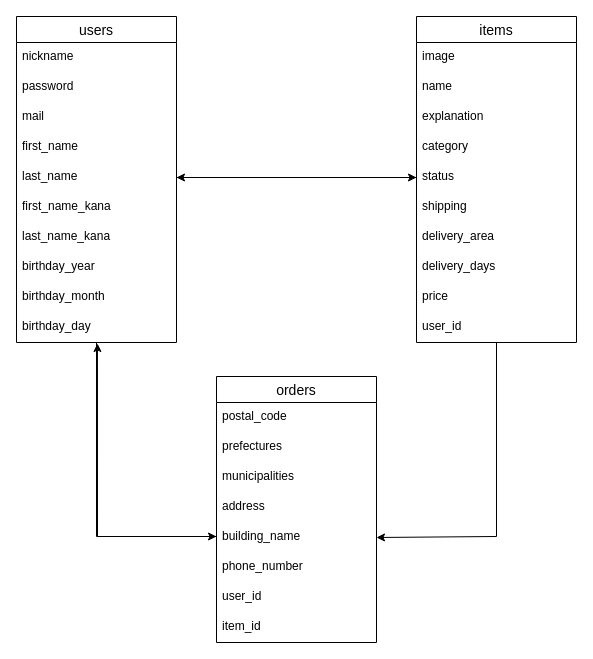
Before: DB.dio in o86-r-k-nndd/furima-31050, a draw.io diagram. Source tidied: cells renumbered, new cells numbered last; positions are measured from the earlier drawing's top-left corner, leaving out a move shared by most shapes. Both pictures are drawn from the tidied source at 100%, with x=0, y=0 at pixel (16, 16).
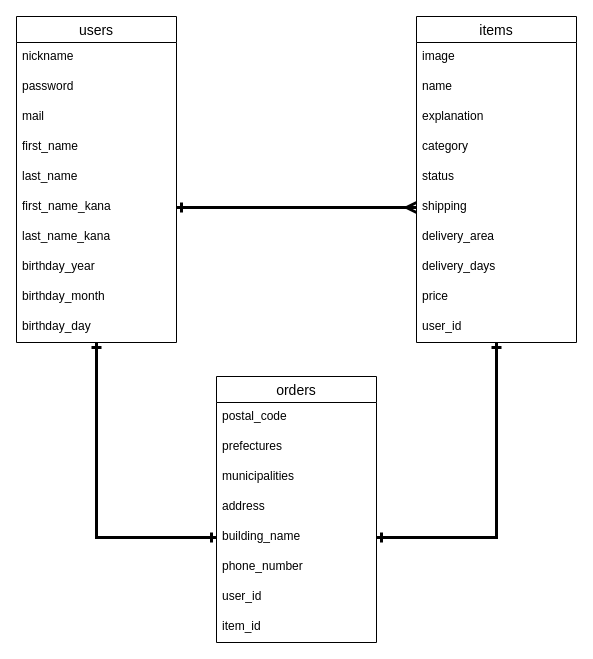
The same diagram, later.

The change refers to these unchanged cells:
```xml
<mxCell id="3" value="items" style="swimlane;fontStyle=0;horizontal=1;startSize=26;align=center;fontSize=14;" parent="1" vertex="1">
  <mxGeometry x="400" width="160" height="326" as="geometry" />
</mxCell>
<mxCell id="8" value="status" style="text;strokeColor=none;fillColor=none;spacingLeft=4;spacingRight=4;overflow=hidden;points=[[0,0.5],[1,0.5]];portConstraint=eastwest;fontSize=12;align=left;" parent="3" vertex="1">
  <mxGeometry y="146" width="160" height="30" as="geometry" />
</mxCell>
<mxCell id="9" value="shipping" style="text;strokeColor=none;fillColor=none;spacingLeft=4;spacingRight=4;overflow=hidden;points=[[0,0.5],[1,0.5]];portConstraint=eastwest;fontSize=12;align=left;" parent="3" vertex="1">
  <mxGeometry y="176" width="160" height="30" as="geometry" />
</mxCell>
<mxCell id="19" value="building_name" style="text;strokeColor=none;fillColor=none;spacingLeft=4;spacingRight=4;overflow=hidden;points=[[0,0.5],[1,0.5]];portConstraint=eastwest;fontSize=12;align=left;" parent="14" vertex="1">
  <mxGeometry y="146" width="160" height="30" as="geometry" />
</mxCell>
<mxCell id="24" value="users" style="swimlane;fontStyle=0;horizontal=1;startSize=26;align=center;fontSize=14;" parent="1" vertex="1">
  <mxGeometry width="160" height="326" as="geometry" />
</mxCell>
<mxCell id="29" value="last_name" style="text;strokeColor=none;fillColor=none;spacingLeft=4;spacingRight=4;overflow=hidden;points=[[0,0.5],[1,0.5]];portConstraint=eastwest;fontSize=12;align=left;" parent="24" vertex="1">
  <mxGeometry y="146" width="160" height="30" as="geometry" />
</mxCell>
<mxCell id="30" value="first_name_kana" style="text;strokeColor=none;fillColor=none;spacingLeft=4;spacingRight=4;overflow=hidden;points=[[0,0.5],[1,0.5]];portConstraint=eastwest;fontSize=12;align=left;" parent="24" vertex="1">
  <mxGeometry y="176" width="160" height="30" as="geometry" />
</mxCell>
<mxCell id="34" value="birthday_day" style="text;strokeColor=none;fillColor=none;spacingLeft=4;spacingRight=4;overflow=hidden;points=[[0,0.5],[1,0.5]];portConstraint=eastwest;fontSize=12;align=left;" parent="24" vertex="1">
  <mxGeometry y="296" width="160" height="30" as="geometry" />
</mxCell>
```

What changed in the source:
```diff
@@
-    <mxCell id="2" style="edgeStyle=orthogonalEdgeStyle;rounded=0;jettySize=auto;html=1;entryX=1;entryY=0.5;entryDx=0;entryDy=0;fontSize=12;" parent="1" edge="1" source="3" target="19">
-      <mxGeometry relative="1" as="geometry">
-        <Array as="points">
-          <mxPoint x="480" y="520" />
-        </Array>
-      </mxGeometry>
+    <mxCell id="2" style="edgeStyle=orthogonalEdgeStyle;rounded=0;jettySize=auto;html=1;entryX=1;entryY=0.5;entryDx=0;entryDy=0;startArrow=ERone;startFill=0;endArrow=ERone;endFill=0;strokeWidth=3;fontSize=12;" parent="1" edge="1" source="3" target="19">
+      <mxGeometry relative="1" as="geometry" />
     </mxCell>
@@
-    <mxCell id="23" style="edgeStyle=orthogonalEdgeStyle;rounded=0;jettySize=auto;html=1;fontSize=12;" parent="1" edge="1" source="24">
-      <mxGeometry relative="1" as="geometry">
-        <mxPoint x="200" y="520" as="targetPoint" />
-        <Array as="points">
-          <mxPoint x="80" y="520" />
-          <mxPoint x="200" y="520" />
-        </Array>
-      </mxGeometry>
-    </mxCell>
+    <mxCell id="38" style="edgeStyle=orthogonalEdgeStyle;rounded=0;jettySize=auto;html=1;entryX=0;entryY=0.5;entryDx=0;entryDy=0;startArrow=ERone;startFill=0;endArrow=ERone;endFill=0;strokeWidth=3;fontSize=12;" parent="1" edge="1" source="24" target="19">
+      <mxGeometry relative="1" as="geometry" />
+    </mxCell>
@@
-    <mxCell id="35" style="edgeStyle=orthogonalEdgeStyle;rounded=0;jettySize=auto;html=1;exitX=1;exitY=0.5;exitDx=0;exitDy=0;fontSize=12;entryX=0;entryY=0.5;entryDx=0;entryDy=0;" parent="1" edge="1" source="29" target="8">
-      <mxGeometry relative="1" as="geometry" />
-    </mxCell>
-    <mxCell id="36" style="edgeStyle=orthogonalEdgeStyle;rounded=0;jettySize=auto;html=1;fontSize=12;" parent="1" edge="1" source="8" target="29">
-      <mxGeometry relative="1" as="geometry" />
-    </mxCell>
-    <mxCell id="37" style="edgeStyle=orthogonalEdgeStyle;rounded=0;jettySize=auto;html=1;entryX=0.506;entryY=1.033;entryDx=0;entryDy=0;entryPerimeter=0;fontSize=12;" parent="1" edge="1" target="34">
-      <mxGeometry relative="1" as="geometry">
-        <mxPoint x="200" y="520" as="sourcePoint" />
-        <Array as="points">
-          <mxPoint x="81" y="520" />
-        </Array>
-      </mxGeometry>
-    </mxCell>
+    <mxCell id="39" style="edgeStyle=entityRelationEdgeStyle;fontSize=12;html=1;endArrow=ERmany;entryX=0;entryY=0.5;entryDx=0;entryDy=0;exitX=1;exitY=0.5;exitDx=0;exitDy=0;strokeWidth=3;startArrow=ERone;startFill=0;" parent="1" edge="1" source="30" target="9">
+      <mxGeometry relative="1" as="geometry" />
+    </mxCell>
```
